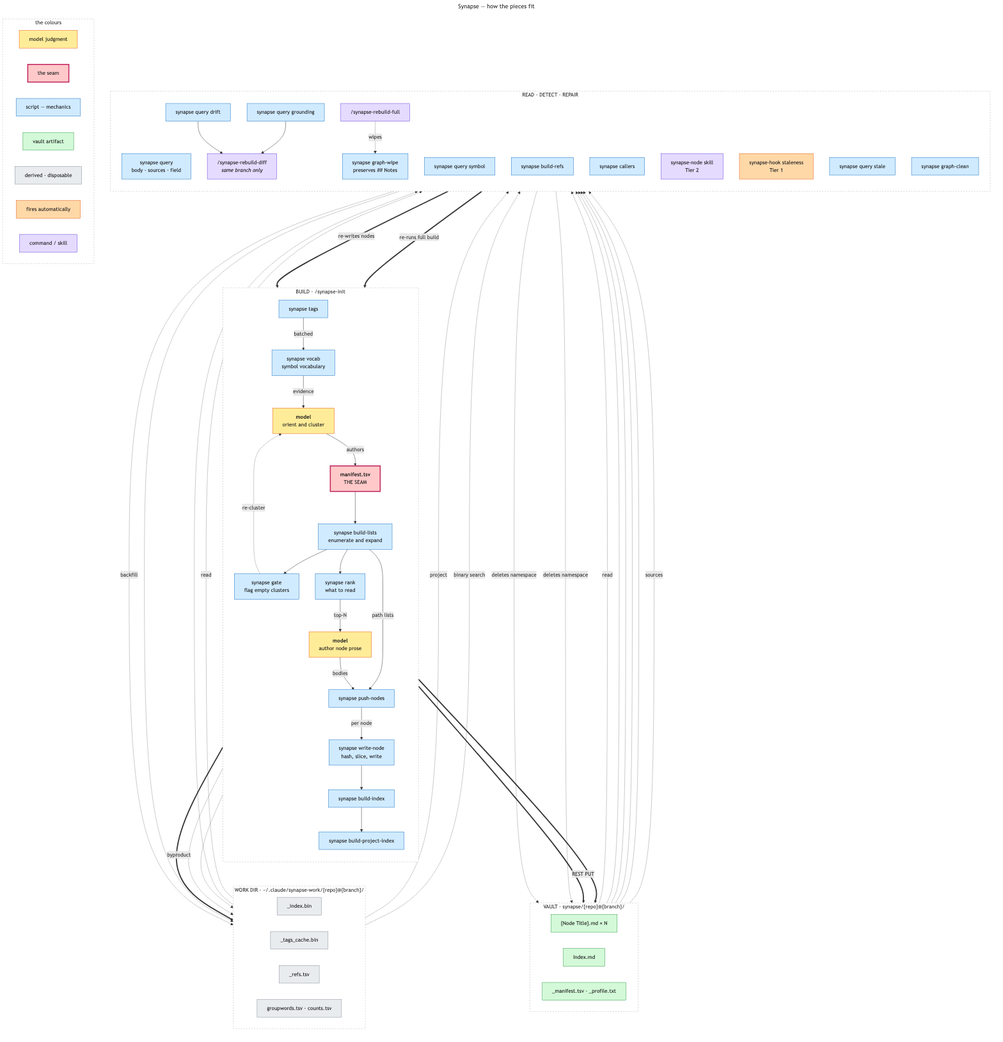
This is docs/diagrams/synapse-pipeline.png from imunitic/synapse, a Mermaid export, as it was before one commit. Its source is kept beside it as docs/diagrams/synapse-pipeline.mmd.
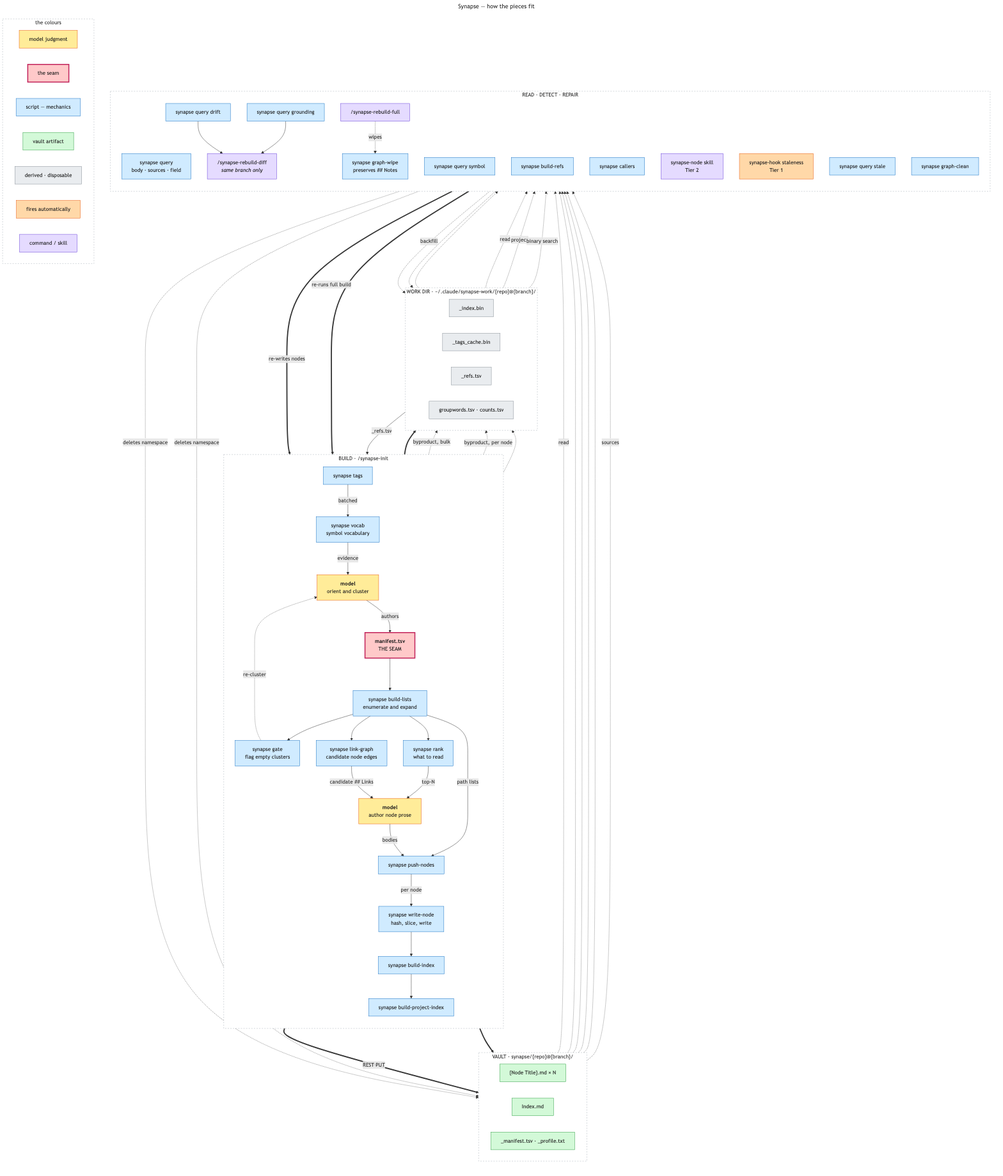
The same file after the commit.

The edit, as a diff of the source:
```diff
@@ -19,6 +19,7 @@
         LISTS["synapse build-lists<br/>enumerate and expand"]
         GATE["synapse gate<br/>flag empty clusters"]
         RANK["synapse rank<br/>what to read"]
+        LINKGRAPH["synapse link-graph<br/>candidate node edges"]
         PROSE["<b>model</b><br/>author node prose"]
         PUSH["synapse push-nodes"]
         WRITE["synapse write-node<br/>hash, slice, write"]
@@ -33,6 +34,8 @@
         GATE -.->|"re-cluster"| ORIENT
         LISTS --> RANK
         RANK -->|"top-N"| PROSE
+        LISTS --> LINKGRAPH
+        LINKGRAPH -->|"candidate ## Links"| PROSE
         LISTS -->|"path lists"| PUSH
         PROSE -->|"bodies"| PUSH
         PUSH -->|"per node"| WRITE
@@ -57,8 +60,10 @@
     WRITE ==>|"REST PUT"| NODE
     IDX ==> IDXBIN
     PIDX ==> INDEX
-    WRITE -.->|"byproduct"| TAGSCACHE
+    VOCAB -.->|"byproduct, bulk"| TAGSCACHE
+    WRITE -.->|"byproduct, per node"| TAGSCACHE
     VOCAB -.-> WORDS
+    REFSIDX -->|"_refs.tsv"| LINKGRAPH
 
     subgraph USE["READ · DETECT · REPAIR"]
         direction TB
@@ -100,7 +105,7 @@
 
     class ORIENT,PROSE model
     class MANIFEST seam
-    class LISTS,PUSH,WRITE,IDX,PIDX,TAGS,VOCAB,GATE,RANK,QUERY,SYMBOL,REFS,CALLERS,STALE2,DRIFT,GROUND,CLEAN,WIPE script
+    class LISTS,PUSH,WRITE,IDX,PIDX,TAGS,VOCAB,GATE,RANK,LINKGRAPH,QUERY,SYMBOL,REFS,CALLERS,STALE2,DRIFT,GROUND,CLEAN,WIPE script
     class NODE,INDEX,AUX vault
     class IDXBIN,TAGSCACHE,REFSIDX,WORDS work
     class STALE1 hook
```
